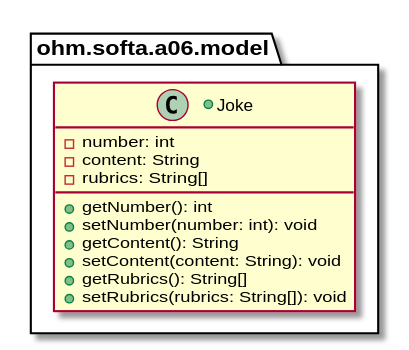
Earlier version of the PlantUML export assets/images/ModelSpec.svg (studium-nicog/softa-06-annotations-reflection). Source of this version:
```plantuml
@startuml ModelSpec
package ohm.softa.a06.model {
    +class Joke {

        -number: int
        -content: String
        -rubrics: String[]

        +getNumber(): int
        +setNumber(number: int): void
        +getContent(): String
        +setContent(content: String): void
        +getRubrics(): String[]
        +setRubrics(rubrics: String[]): void
    }
}
@enduml
```
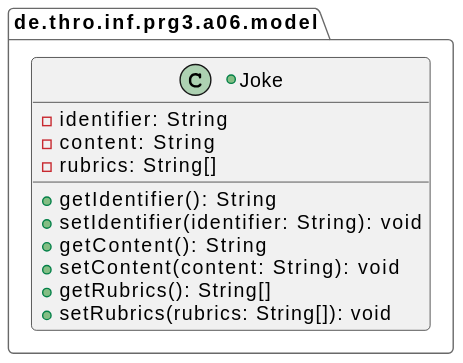
The same diagram one commit later.

The edit, as a diff of the source:
```diff
@@ -1,13 +1,14 @@
-@startuml ModelSpec
-package ohm.softa.a06.model {
+@startuml
+!theme vibrant
+package de.thro.inf.prg3.a06.model as P1 {
     +class Joke {
 
-        -number: int
+        -identifier: String
         -content: String
         -rubrics: String[]
 
-        +getNumber(): int
-        +setNumber(number: int): void
+        +getIdentifier(): String
+        +setIdentifier(identifier: String): void
         +getContent(): String
         +setContent(content: String): void
         +getRubrics(): String[]
```
